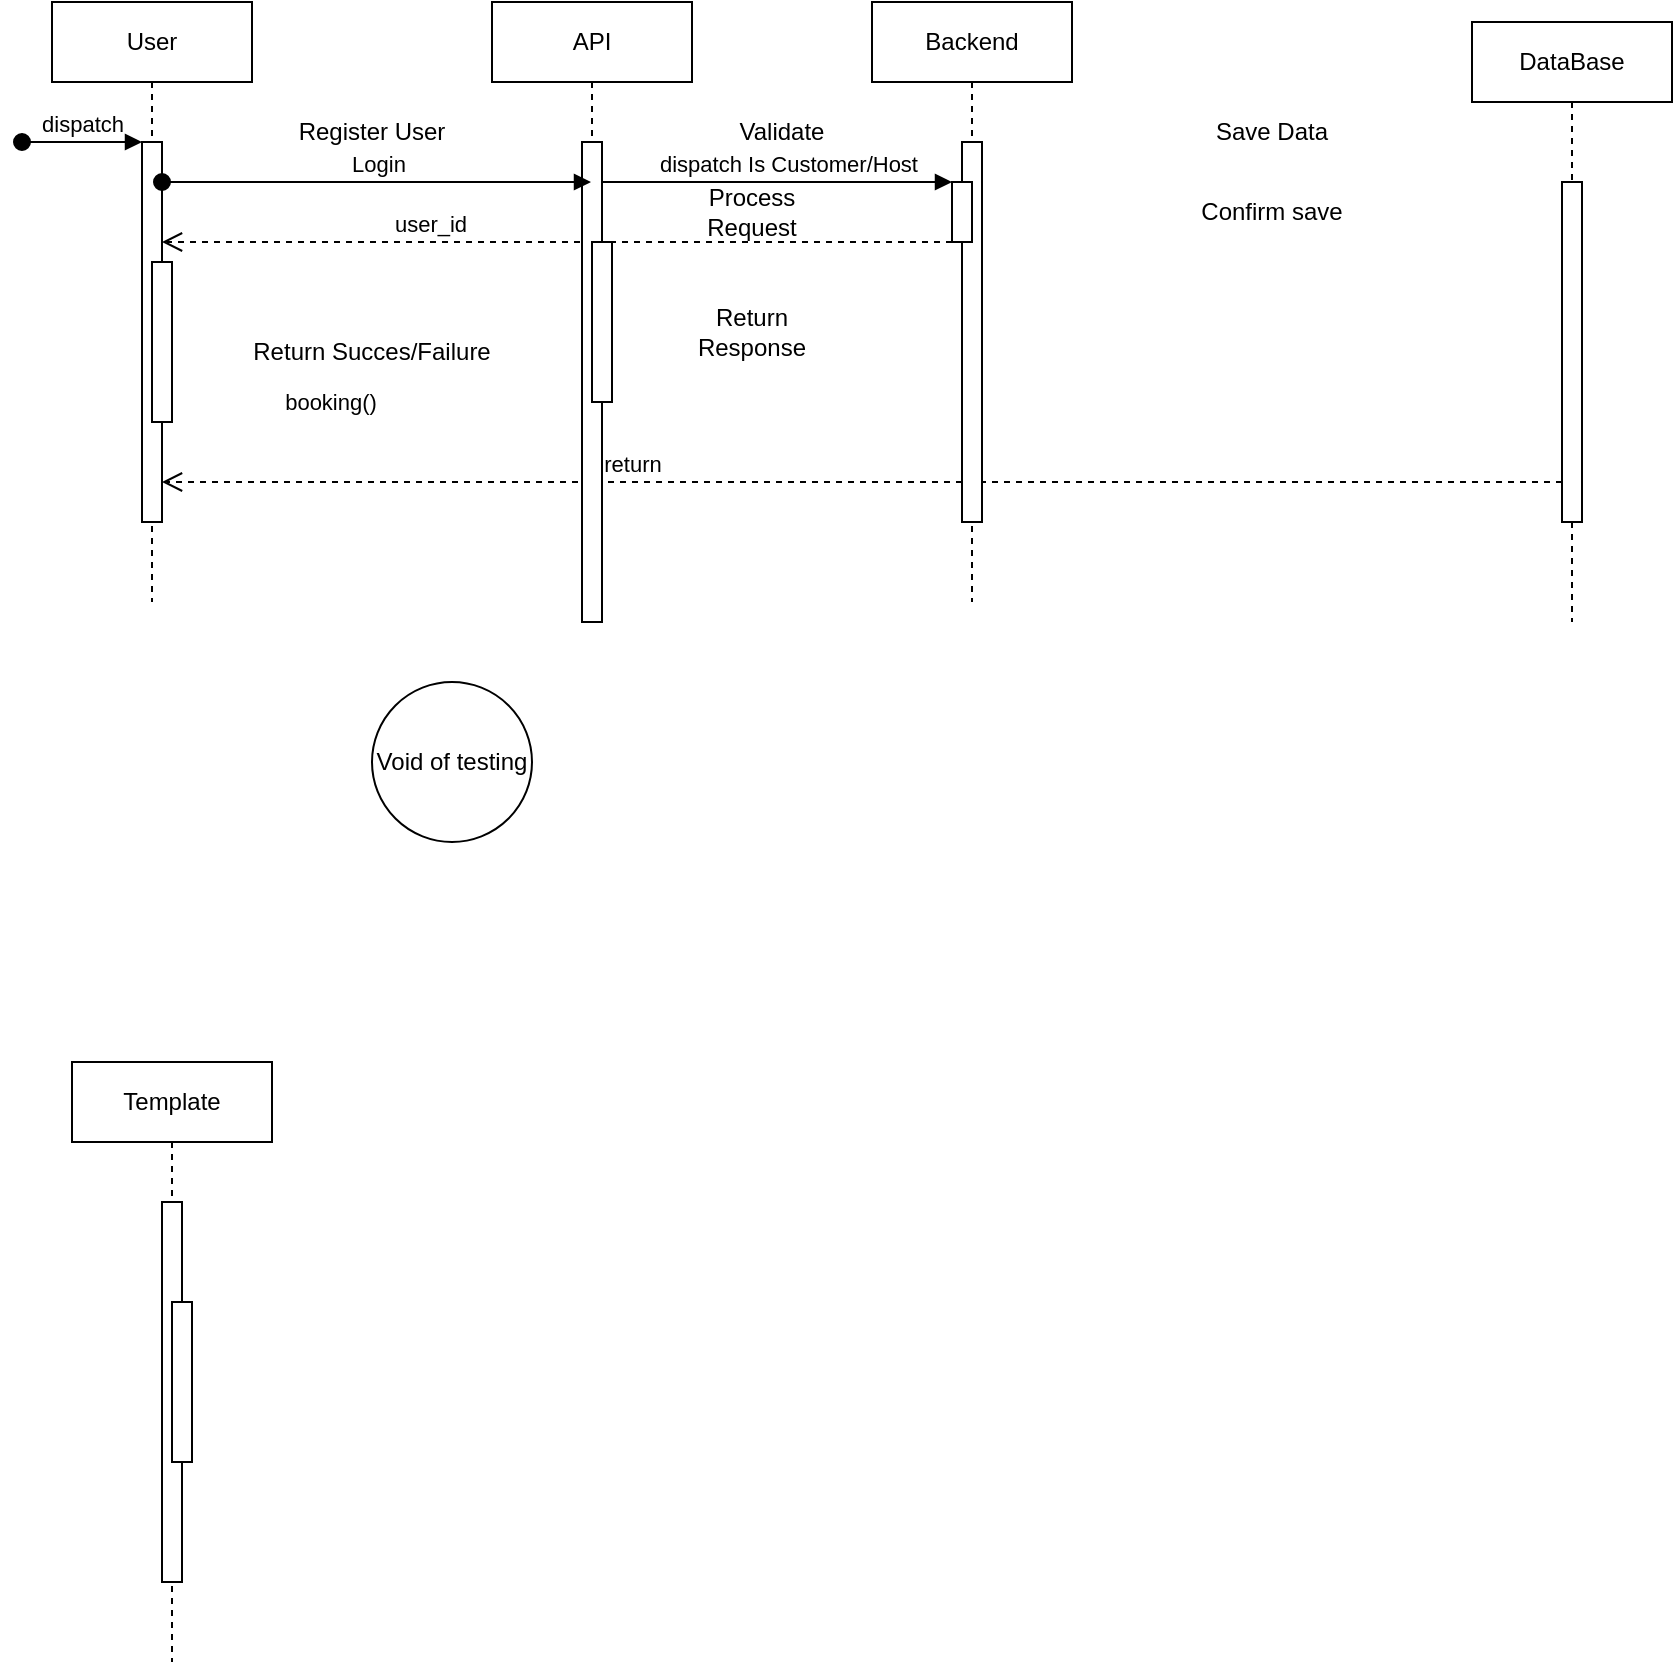
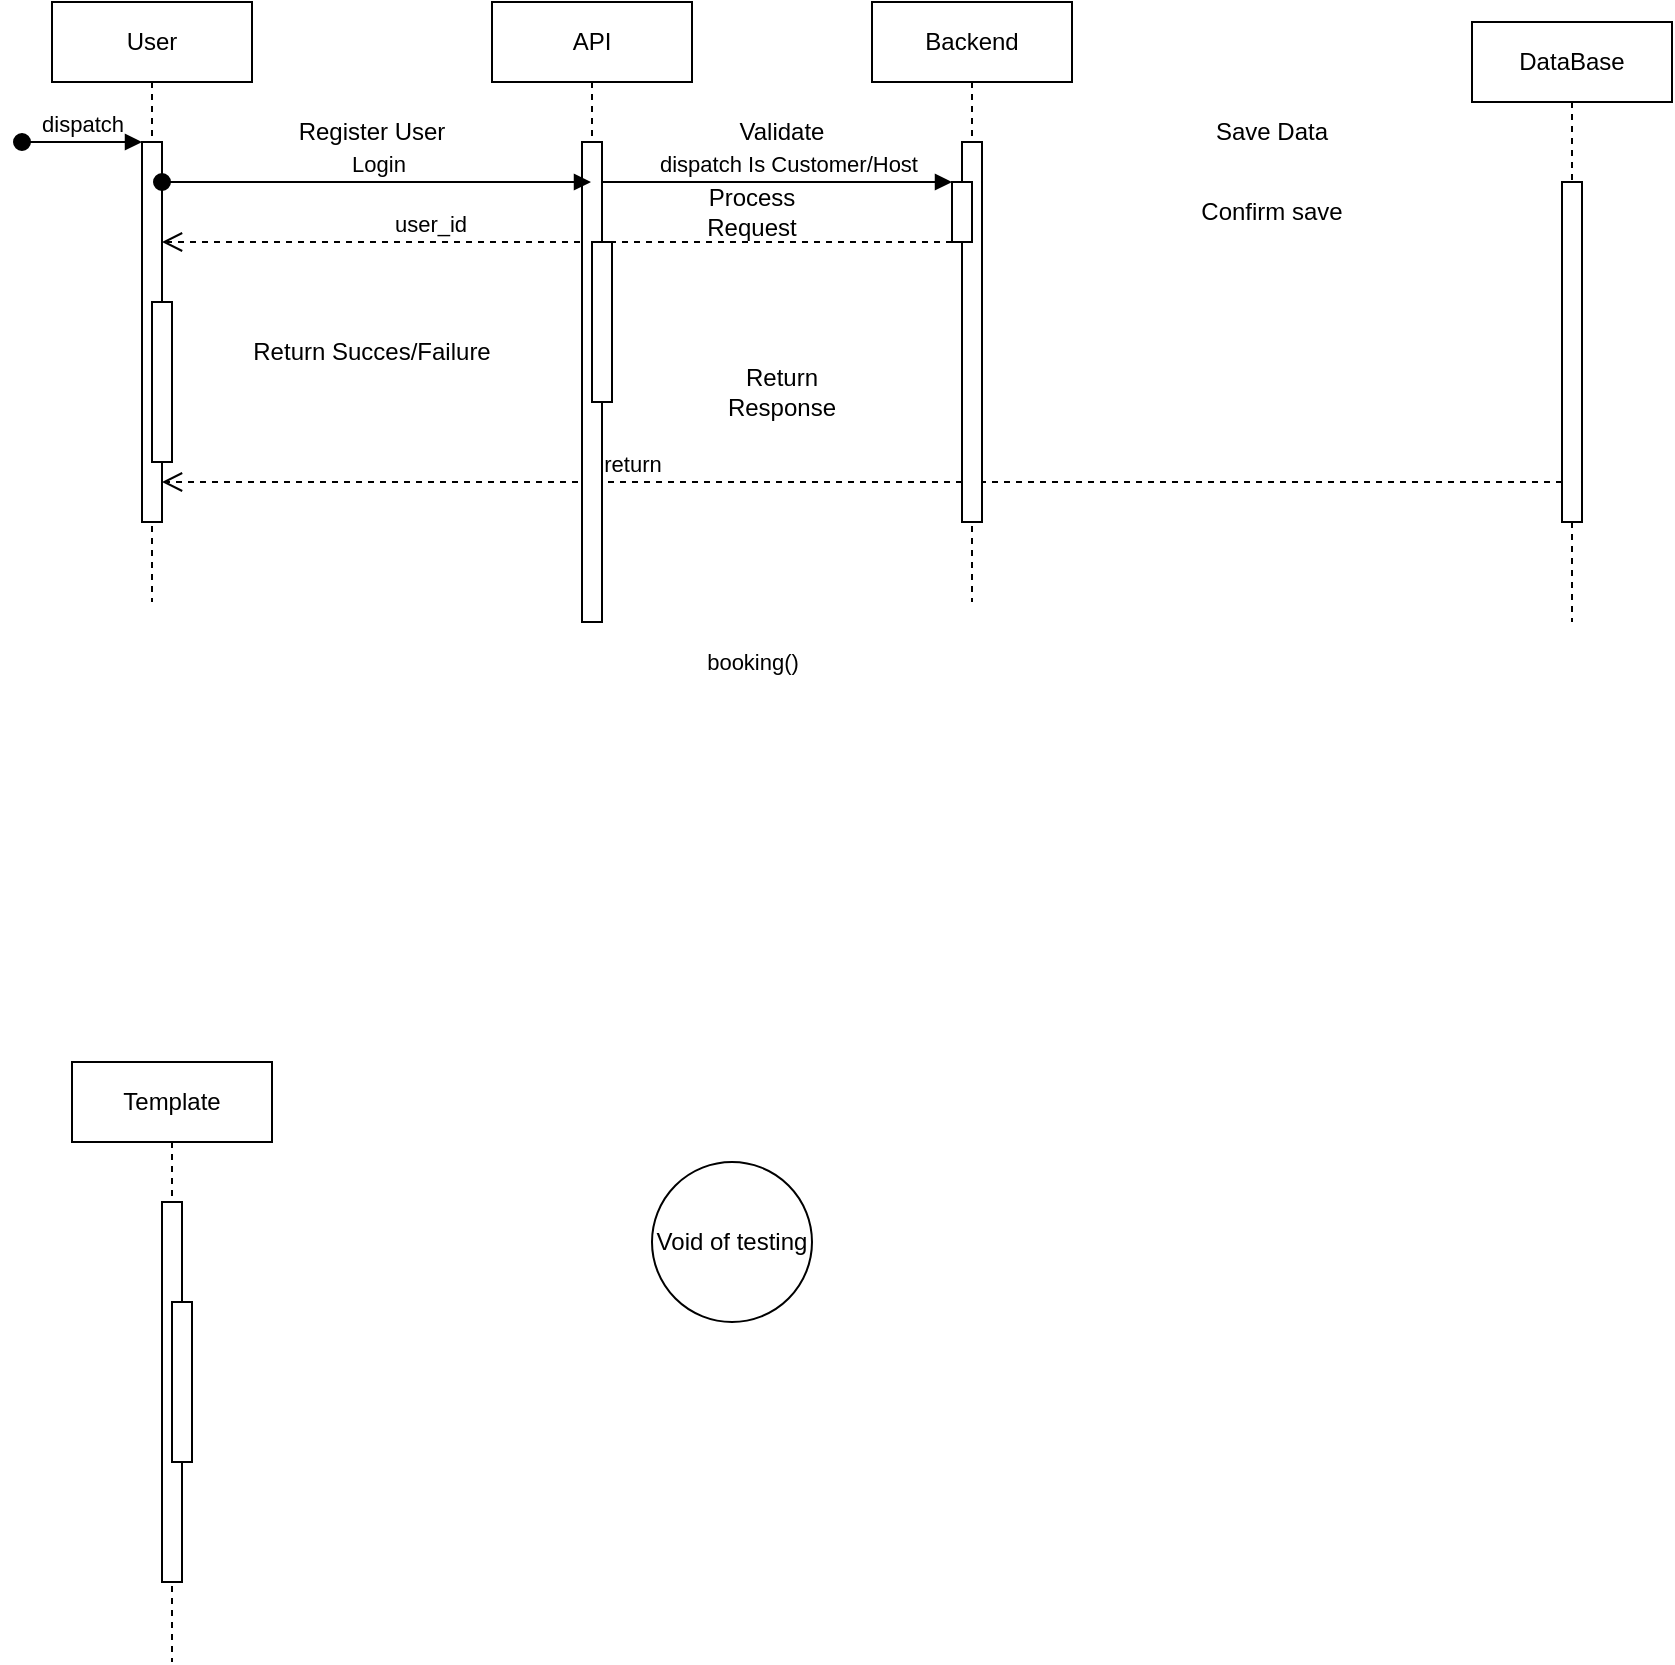
<mxfile host="app.diagrams.net" agent="5.0 (Macintosh; Intel Mac OS X 10_15_7) AppleWebKit/537.36 (KHTML, like Gecko) Chrome/109.0.0.0 Safari/537.36">
  <diagram name="Page-1" id="2YBvvXClWsGukQMizWep">
-     <mxGraphModel dx="419" dy="514" grid="1" gridSize="10" guides="1" tooltips="1" connect="1" arrows="1" fold="1" page="1" pageScale="1" pageWidth="850" pageHeight="1100" math="0" shadow="0">
+     <mxGraphModel dx="494" dy="606" grid="1" gridSize="10" guides="1" tooltips="1" connect="1" arrows="1" fold="1" page="1" pageScale="1" pageWidth="850" pageHeight="1100" math="0" shadow="0">
      <root>
        <mxCell id="0" />
        <mxCell id="1" parent="0" />
        <mxCell id="aM9ryv3xv72pqoxQDRHE-1" parent="1" style="shape=umlLifeline;perimeter=lifelinePerimeter;whiteSpace=wrap;html=1;container=0;dropTarget=0;collapsible=0;recursiveResize=0;outlineConnect=0;portConstraint=eastwest;newEdgeStyle={&quot;edgeStyle&quot;:&quot;elbowEdgeStyle&quot;,&quot;elbow&quot;:&quot;vertical&quot;,&quot;curved&quot;:0,&quot;rounded&quot;:0};" value="User" vertex="1">
          <mxGeometry height="300" width="100" x="30" y="40" as="geometry" />
        </mxCell>
        <mxCell id="aM9ryv3xv72pqoxQDRHE-2" parent="aM9ryv3xv72pqoxQDRHE-1" style="html=1;points=[];perimeter=orthogonalPerimeter;outlineConnect=0;targetShapes=umlLifeline;portConstraint=eastwest;newEdgeStyle={&quot;edgeStyle&quot;:&quot;elbowEdgeStyle&quot;,&quot;elbow&quot;:&quot;vertical&quot;,&quot;curved&quot;:0,&quot;rounded&quot;:0};" value="" vertex="1">
          <mxGeometry height="190" width="10" x="45" y="70" as="geometry" />
        </mxCell>
        <mxCell id="aM9ryv3xv72pqoxQDRHE-3" edge="1" parent="aM9ryv3xv72pqoxQDRHE-1" style="html=1;verticalAlign=bottom;startArrow=oval;endArrow=block;startSize=8;edgeStyle=elbowEdgeStyle;elbow=vertical;curved=0;rounded=0;" target="aM9ryv3xv72pqoxQDRHE-2" value="dispatch">
          <mxGeometry relative="1" as="geometry">
            <mxPoint x="-15" y="70" as="sourcePoint" />
          </mxGeometry>
        </mxCell>
        <mxCell id="aM9ryv3xv72pqoxQDRHE-4" parent="aM9ryv3xv72pqoxQDRHE-1" style="html=1;points=[];perimeter=orthogonalPerimeter;outlineConnect=0;targetShapes=umlLifeline;portConstraint=eastwest;newEdgeStyle={&quot;edgeStyle&quot;:&quot;elbowEdgeStyle&quot;,&quot;elbow&quot;:&quot;vertical&quot;,&quot;curved&quot;:0,&quot;rounded&quot;:0};" value="" vertex="1">
-           <mxGeometry height="80" width="10" x="50" y="130" as="geometry" />
+           <mxGeometry height="80" width="10" x="50" y="150" as="geometry" />
        </mxCell>
        <mxCell id="aM9ryv3xv72pqoxQDRHE-5" parent="1" style="shape=umlLifeline;perimeter=lifelinePerimeter;whiteSpace=wrap;html=1;container=0;dropTarget=0;collapsible=0;recursiveResize=0;outlineConnect=0;portConstraint=eastwest;newEdgeStyle={&quot;edgeStyle&quot;:&quot;elbowEdgeStyle&quot;,&quot;elbow&quot;:&quot;vertical&quot;,&quot;curved&quot;:0,&quot;rounded&quot;:0};" value="DataBase" vertex="1">
          <mxGeometry height="300" width="100" x="740" y="50" as="geometry" />
        </mxCell>
        <mxCell id="aM9ryv3xv72pqoxQDRHE-6" parent="aM9ryv3xv72pqoxQDRHE-5" style="html=1;points=[];perimeter=orthogonalPerimeter;outlineConnect=0;targetShapes=umlLifeline;portConstraint=eastwest;newEdgeStyle={&quot;edgeStyle&quot;:&quot;elbowEdgeStyle&quot;,&quot;elbow&quot;:&quot;vertical&quot;,&quot;curved&quot;:0,&quot;rounded&quot;:0};" value="" vertex="1">
          <mxGeometry height="170" width="10" x="45" y="80" as="geometry" />
        </mxCell>
        <mxCell id="aM9ryv3xv72pqoxQDRHE-7" edge="1" parent="1" source="7Z1T8ZwHcXeBXznP6D7j-6" style="html=1;verticalAlign=bottom;endArrow=block;edgeStyle=elbowEdgeStyle;elbow=vertical;curved=0;rounded=0;" target="7Z1T8ZwHcXeBXznP6D7j-11" value="dispatch Is Customer/Host">
          <mxGeometry relative="1" x="0.0616" as="geometry">
            <mxPoint as="offset" />
            <Array as="points">
              <mxPoint x="440" y="130" />
            </Array>
            <mxPoint x="195" y="130" as="sourcePoint" />
            <mxPoint x="480" y="130" as="targetPoint" />
          </mxGeometry>
        </mxCell>
        <mxCell id="SUudZ_YsPv13DbzPBlVf-1" connectable="0" parent="aM9ryv3xv72pqoxQDRHE-7" style="edgeLabel;html=1;align=center;verticalAlign=middle;resizable=0;points=[];" value="booking()" vertex="1">
          <mxGeometry relative="1" x="-0.6283" y="3" as="geometry">
-             <mxPoint x="-169" y="113" as="offset" />
+             <mxPoint x="42" y="243" as="offset" />
          </mxGeometry>
        </mxCell>
        <mxCell id="aM9ryv3xv72pqoxQDRHE-8" edge="1" parent="1" source="aM9ryv3xv72pqoxQDRHE-6" style="html=1;verticalAlign=bottom;endArrow=open;dashed=1;endSize=8;edgeStyle=elbowEdgeStyle;elbow=vertical;curved=0;rounded=0;" target="aM9ryv3xv72pqoxQDRHE-2" value="return">
          <mxGeometry relative="1" x="0.3286" as="geometry">
            <mxPoint as="offset" />
            <Array as="points">
              <mxPoint x="190" y="280" />
            </Array>
            <mxPoint x="195" y="205" as="targetPoint" />
          </mxGeometry>
        </mxCell>
        <mxCell id="aM9ryv3xv72pqoxQDRHE-10" edge="1" parent="1" source="7Z1T8ZwHcXeBXznP6D7j-11" style="html=1;verticalAlign=bottom;endArrow=open;dashed=1;endSize=8;edgeStyle=elbowEdgeStyle;elbow=vertical;curved=0;rounded=0;" target="aM9ryv3xv72pqoxQDRHE-2" value="user_id">
          <mxGeometry relative="1" x="0.325" as="geometry">
            <mxPoint as="offset" />
            <Array as="points">
              <mxPoint x="460" y="160" />
            </Array>
            <mxPoint x="460" y="160" as="sourcePoint" />
            <mxPoint x="110" y="160" as="targetPoint" />
          </mxGeometry>
        </mxCell>
        <mxCell id="7Z1T8ZwHcXeBXznP6D7j-5" parent="1" style="shape=umlLifeline;perimeter=lifelinePerimeter;whiteSpace=wrap;html=1;container=0;dropTarget=0;collapsible=0;recursiveResize=0;outlineConnect=0;portConstraint=eastwest;newEdgeStyle={&quot;edgeStyle&quot;:&quot;elbowEdgeStyle&quot;,&quot;elbow&quot;:&quot;vertical&quot;,&quot;curved&quot;:0,&quot;rounded&quot;:0};" value="API" vertex="1">
          <mxGeometry height="300" width="100" x="250" y="40" as="geometry" />
        </mxCell>
        <mxCell id="7Z1T8ZwHcXeBXznP6D7j-6" parent="7Z1T8ZwHcXeBXznP6D7j-5" style="html=1;points=[];perimeter=orthogonalPerimeter;outlineConnect=0;targetShapes=umlLifeline;portConstraint=eastwest;newEdgeStyle={&quot;edgeStyle&quot;:&quot;elbowEdgeStyle&quot;,&quot;elbow&quot;:&quot;vertical&quot;,&quot;curved&quot;:0,&quot;rounded&quot;:0};" value="" vertex="1">
          <mxGeometry height="240" width="10" x="45" y="70" as="geometry" />
        </mxCell>
        <mxCell id="7Z1T8ZwHcXeBXznP6D7j-8" parent="7Z1T8ZwHcXeBXznP6D7j-5" style="html=1;points=[];perimeter=orthogonalPerimeter;outlineConnect=0;targetShapes=umlLifeline;portConstraint=eastwest;newEdgeStyle={&quot;edgeStyle&quot;:&quot;elbowEdgeStyle&quot;,&quot;elbow&quot;:&quot;vertical&quot;,&quot;curved&quot;:0,&quot;rounded&quot;:0};" value="" vertex="1">
          <mxGeometry height="80" width="10" x="50" y="120" as="geometry" />
        </mxCell>
        <mxCell id="7Z1T8ZwHcXeBXznP6D7j-9" parent="1" style="shape=umlLifeline;perimeter=lifelinePerimeter;whiteSpace=wrap;html=1;container=0;dropTarget=0;collapsible=0;recursiveResize=0;outlineConnect=0;portConstraint=eastwest;newEdgeStyle={&quot;edgeStyle&quot;:&quot;elbowEdgeStyle&quot;,&quot;elbow&quot;:&quot;vertical&quot;,&quot;curved&quot;:0,&quot;rounded&quot;:0};" value="&lt;div&gt;Backend&lt;/div&gt;" vertex="1">
          <mxGeometry height="300" width="100" x="440" y="40" as="geometry" />
        </mxCell>
        <mxCell id="7Z1T8ZwHcXeBXznP6D7j-10" parent="7Z1T8ZwHcXeBXznP6D7j-9" style="html=1;points=[];perimeter=orthogonalPerimeter;outlineConnect=0;targetShapes=umlLifeline;portConstraint=eastwest;newEdgeStyle={&quot;edgeStyle&quot;:&quot;elbowEdgeStyle&quot;,&quot;elbow&quot;:&quot;vertical&quot;,&quot;curved&quot;:0,&quot;rounded&quot;:0};" value="" vertex="1">
          <mxGeometry height="190" width="10" x="45" y="70" as="geometry" />
        </mxCell>
        <mxCell id="7Z1T8ZwHcXeBXznP6D7j-11" parent="7Z1T8ZwHcXeBXznP6D7j-9" style="html=1;points=[];perimeter=orthogonalPerimeter;outlineConnect=0;targetShapes=umlLifeline;portConstraint=eastwest;newEdgeStyle={&quot;edgeStyle&quot;:&quot;elbowEdgeStyle&quot;,&quot;elbow&quot;:&quot;vertical&quot;,&quot;curved&quot;:0,&quot;rounded&quot;:0};" value="" vertex="1">
          <mxGeometry height="30" width="10" x="40" y="90" as="geometry" />
        </mxCell>
        <mxCell id="7Z1T8ZwHcXeBXznP6D7j-12" parent="1" style="shape=umlLifeline;perimeter=lifelinePerimeter;whiteSpace=wrap;html=1;container=0;dropTarget=0;collapsible=0;recursiveResize=0;outlineConnect=0;portConstraint=eastwest;newEdgeStyle={&quot;edgeStyle&quot;:&quot;elbowEdgeStyle&quot;,&quot;elbow&quot;:&quot;vertical&quot;,&quot;curved&quot;:0,&quot;rounded&quot;:0};" value="Template" vertex="1">
          <mxGeometry height="300" width="100" x="40" y="570" as="geometry" />
        </mxCell>
        <mxCell id="7Z1T8ZwHcXeBXznP6D7j-13" parent="7Z1T8ZwHcXeBXznP6D7j-12" style="html=1;points=[];perimeter=orthogonalPerimeter;outlineConnect=0;targetShapes=umlLifeline;portConstraint=eastwest;newEdgeStyle={&quot;edgeStyle&quot;:&quot;elbowEdgeStyle&quot;,&quot;elbow&quot;:&quot;vertical&quot;,&quot;curved&quot;:0,&quot;rounded&quot;:0};" value="" vertex="1">
          <mxGeometry height="190" width="10" x="45" y="70" as="geometry" />
        </mxCell>
        <mxCell id="7Z1T8ZwHcXeBXznP6D7j-14" parent="7Z1T8ZwHcXeBXznP6D7j-12" style="html=1;points=[];perimeter=orthogonalPerimeter;outlineConnect=0;targetShapes=umlLifeline;portConstraint=eastwest;newEdgeStyle={&quot;edgeStyle&quot;:&quot;elbowEdgeStyle&quot;,&quot;elbow&quot;:&quot;vertical&quot;,&quot;curved&quot;:0,&quot;rounded&quot;:0};" value="" vertex="1">
          <mxGeometry height="80" width="10" x="50" y="120" as="geometry" />
        </mxCell>
        <mxCell id="7Z1T8ZwHcXeBXznP6D7j-18" edge="1" parent="1" style="html=1;verticalAlign=bottom;startArrow=oval;endArrow=block;startSize=8;edgeStyle=elbowEdgeStyle;elbow=vertical;curved=0;rounded=0;" target="7Z1T8ZwHcXeBXznP6D7j-5" value="Login">
          <mxGeometry relative="1" as="geometry">
            <mxPoint x="85" y="130" as="sourcePoint" />
            <mxPoint x="150" y="130" as="targetPoint" />
          </mxGeometry>
        </mxCell>
        <mxCell id="D9VVy2PClrj1YHKQl20F-1" parent="1" style="text;html=1;whiteSpace=wrap;strokeColor=none;fillColor=none;align=center;verticalAlign=middle;rounded=0;" value="Register User" vertex="1">
          <mxGeometry height="30" width="100" x="140" y="90" as="geometry" />
        </mxCell>
        <mxCell id="D9VVy2PClrj1YHKQl20F-2" parent="1" style="text;html=1;whiteSpace=wrap;strokeColor=none;fillColor=none;align=center;verticalAlign=middle;rounded=0;" value="Validate" vertex="1">
          <mxGeometry height="30" width="60" x="365" y="90" as="geometry" />
        </mxCell>
        <mxCell id="D9VVy2PClrj1YHKQl20F-3" parent="1" style="text;html=1;whiteSpace=wrap;strokeColor=none;fillColor=none;align=center;verticalAlign=middle;rounded=0;" value="Process Request" vertex="1">
          <mxGeometry height="30" width="60" x="350" y="130" as="geometry" />
        </mxCell>
        <mxCell id="I_nbtK1dwFWHWanF6EMp-1" parent="1" style="text;html=1;whiteSpace=wrap;strokeColor=none;fillColor=none;align=center;verticalAlign=middle;rounded=0;" value="Save Data" vertex="1">
          <mxGeometry height="30" width="60" x="610" y="90" as="geometry" />
        </mxCell>
        <mxCell id="7Z1T8ZwHcXeBXznP6D7j-19" parent="1" style="ellipse;whiteSpace=wrap;html=1;aspect=fixed;" value="Void of testing" vertex="1">
-           <mxGeometry height="80" width="80" x="190" y="380" as="geometry" />
+           <mxGeometry height="80" width="80" x="330" y="620" as="geometry" />
        </mxCell>
        <mxCell id="I_nbtK1dwFWHWanF6EMp-2" parent="1" style="text;html=1;whiteSpace=wrap;strokeColor=none;fillColor=none;align=center;verticalAlign=middle;rounded=0;" value="Confirm save" vertex="1">
          <mxGeometry height="30" width="80" x="600" y="130" as="geometry" />
        </mxCell>
        <mxCell id="I_nbtK1dwFWHWanF6EMp-3" parent="1" style="text;html=1;whiteSpace=wrap;strokeColor=none;fillColor=none;align=center;verticalAlign=middle;rounded=0;" value="Return Response" vertex="1">
-           <mxGeometry height="30" width="60" x="350" y="190" as="geometry" />
+           <mxGeometry height="30" width="60" x="365" y="220" as="geometry" />
        </mxCell>
        <mxCell id="I_nbtK1dwFWHWanF6EMp-4" parent="1" style="text;html=1;whiteSpace=wrap;strokeColor=none;fillColor=none;align=center;verticalAlign=middle;rounded=0;" value="Return Succes/Failure" vertex="1">
          <mxGeometry height="30" width="140" x="120" y="200" as="geometry" />
        </mxCell>
      </root>
    </mxGraphModel>
  </diagram>
</mxfile>
